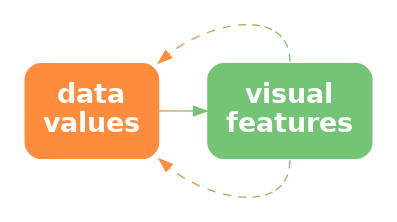
Above: Diagrams/data-vis-redundant.png in pmur002/hdvw (Graphviz), before the change. Its source is kept beside it as Diagrams/data-vis-redundant.dot.
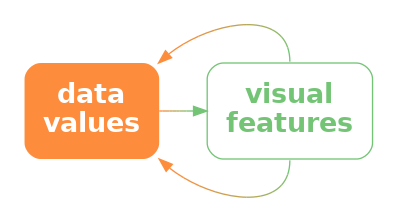
The same diagram one commit later.

The edit, as a diff of the source:
```diff
@@ -3,8 +3,8 @@
   node [ fontsize=20; fontname="sans bold"; margin=.2 ];
   data [ label="data\nvalues"; shape=box; style="filled, rounded"; penwidth=0; fontcolor=white; fillcolor="#FD8D3C" ]
   vis [ label="visual\nfeatures"; shape=box;
-     style="filled, rounded"; penwidth=0; fontcolor=white; fillcolor="#74C476" ]
-  data -> vis [ color="#FD8D3C;0.1:#EE9342;0.1:#DF9949;0.1:#CF9F4F;0.1:#C0A556;0.1:#B1AC5C;0.1:#A2B263;0.1:#92B869;0.1:#83BE70;0.1:#74C476;0.1" ]
-  vis:s -> data:se [ style="dashed", color="#74C476;0.1:#83BE70;0.1:#92B869;0.1:#A2B263;0.1:#B1AC5C;0.1:#C0A556;0.1:#CF9F4F;0.1:#DF9949;0.1:#EE9342;0.1:#FD8D3C;0.1" ]
-  vis:n -> data:ne [ style="dashed", color="#74C476;0.1:#83BE70;0.1:#92B869;0.1:#A2B263;0.1:#B1AC5C;0.1:#C0A556;0.1:#CF9F4F;0.1:#DF9949;0.1:#EE9342;0.1:#FD8D3C;0.1" ]
+     style="rounded"; color="#74C476"; fontcolor="#74C476" ]
+  data -> vis [ style="bold"; penwidth=1; color="#FD8D3C;0.1:#EE9342;0.1:#DF9949;0.1:#CF9F4F;0.1:#C0A556;0.1:#B1AC5C;0.1:#A2B263;0.1:#92B869;0.1:#83BE70;0.1:#74C476;0.1" ]
+  vis:s -> data:se [ style="solid", color="#74C476;0.1:#83BE70;0.1:#92B869;0.1:#A2B263;0.1:#B1AC5C;0.1:#C0A556;0.1:#CF9F4F;0.1:#DF9949;0.1:#EE9342;0.1:#FD8D3C;0.1" ]
+  vis:n -> data:ne [ style="solid", color="#74C476;0.1:#83BE70;0.1:#92B869;0.1:#A2B263;0.1:#B1AC5C;0.1:#C0A556;0.1:#CF9F4F;0.1:#DF9949;0.1:#EE9342;0.1:#FD8D3C;0.1" ]
 }
```
